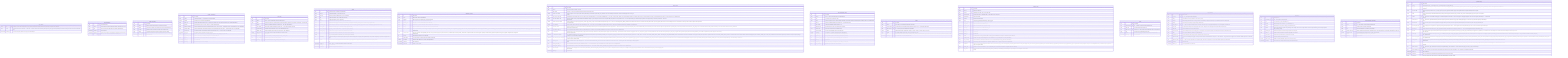
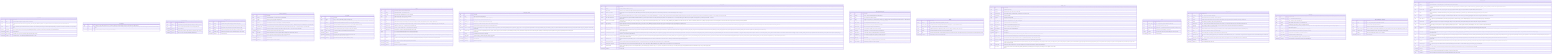
%% Generated by scripts/generate_er.py — do not edit by hand (make er)
erDiagram
+ 
+     API_TOKENS {
+         uuid id PK "Row identity"
+         string label "Human-readable description set by the operator at creation time"
+         string secret_hash "PBKDF2-SHA256 hash of the token secret (app.runtime_state.hash_token). NEVER the plaintext — the plaintext is shown once in the creation response and is unrecoverable after that."
+         string vault_id "NULL = global token (any vault this backend serves). Non-NULL = token is valid only for that vault_id, a mismatch against settings.vault_id at request time is treated as an auth failure, not a scope-filtered 403."
+         boolean read_only "True = token may only be used for read requests (GET/HEAD/OPTIONS), any other HTTP method is rejected with 403 by SynapseAuthMiddleware."
+         timestamptz created_at "Row creation time"
+         timestamptz last_used_at "Timestamp of the most recent successful request authenticated with this token"
+         timestamptz revoked_at "Soft-delete marker — set by DELETE /config/api-tokens/(id), NULL = active"
+     }

    APP_CONFIG {
        string key PK "Config key in lower-snake attribute form (e.g. pdf_extractor). Matches the settings.<key> attribute name and the API path segment. ADR-0053 §2.1."
        string value "Override value as TEXT. NOT NULL — 'a row exists ⇔ override is active'. Reset to default by deleting the row (§3.3). Typed values (bool/float) are stored as their string form and coerced at read. ADR-0053 §2.1."
        timestamptz updated_at "Last write time (audit). Refreshed on every upsert. ADR-0053 §2.1."
    }

    CONVERSATIONS {
        uuid id PK "Conversation identity"
        string vault_id "Logical vault scope (matches pages/edges pattern), from VAULT_ID env var"
        string title "User-set or first-prompt-derived title, NULL until set (ADR-0019 §2.5)"
        timestamptz created_at "Row creation time"
        timestamptz updated_at "Bumped on each chat turn, drives last-active-conversation restore (AC-F6-1)"
        timestamptz deleted_at "NULL = live, set = soft-deleted (ADR-0005 / ADR-0019 §2.5)"
    }

    IMAGE_CAPTIONS {
        uuid id PK "Row identity"
        string vault_id "Vault this cached caption belongs to (per-vault cache scoping)"
        string sha256 "Lowercase hex sha256 of the image file's raw bytes (content-addressed key)"
        string file_path "Relative raw source path last seen for this content (audit, may drift)"
        string caption "Provider-generated caption used as the image's extracted text (R8-2)"
        string provider_type "Backend that produced the caption: local|api|cli (audit only, never routing)"
        timestamptz created_at "Row creation time"
    }

    IMPORT_SCHEDULES {
        uuid id PK "Row identity"
        string vault_id "Logical vault identifier — one schedule row per vault (UNIQUE)"
        boolean enabled "Scheduler is a no-op while false (ADR-0020 §4.1)"
        string source_dir "Container-visible absolute path to scan (e.g. /import). NULL until set by the user. Must be mounted into the container (ADR-0020 §7)."
        string frequency "Scan interval enum: '15m' | '1h' | '6h' | 'daily' (I7 — bounded, ADR-0020 §4.1)"
        string allowed_extensions "Comma-separated file extensions the scheduled scan imports (e.g. '.pdf,.csv'). NULL → default wider set (text + all extractable). P3-c (v1.5, ADR-0068)."
        string excluded_folders "Comma-separated folder names skipped during the scan (matched against path parts). NULL → nothing excluded. P3-c (v1.5, ADR-0068)."
        int max_size_mb "Max file size in MB the scan will import, larger files are skipped (I7). NULL → no size cap. P3-c (v1.5, ADR-0068)."
        timestamptz last_run_at "Timestamp of the last completed scan, NULL if never run"
        string last_status "Outcome of the last scan: 'ok' | 'error' | 'running' | 'skipped_disabled' | 'dir_missing' | NULL (never run)"
        int last_imported_count "Number of files copied (new/changed) during the last scan (ADR-0020 §4.3)"
        string last_error "Human-readable error from the last failed scan, NULL on success"
        timestamptz created_at "Row creation time"
        timestamptz updated_at "Updated on every PUT or scan completion"
    }

    LINT_RUNS {
        uuid id PK "Run identity"
        string vault_id "Scope — string, no vaults table (AQ-v0.5-6, ADR-0037 §3.1)"
        string status "running | completed | error. Defaults 'running', terminal write always in finally (never left 'running' on fall-through — ADR-0037 §4)."
        int max_iter "Iteration cap FROZEN at INSERT from POST body → LINT_MAX_ITER default (I7)"
        int token_budget "Token budget FROZEN at INSERT from POST body → LINT_TOKEN_BUDGET default (I7)"
        int iterations_used "Semantic rounds consumed (0..max_iter), 0 for deterministic-only scans"
        int findings_count "Number of findings emitted by this scan (capped at LINT_MAX_FINDINGS)"
        decimal total_cost_usd "I7 cost ledger, 0.0000 for local/cli (ADR-0009), $1 anomaly threshold"
        timestamptz started_at "Run start time"
        timestamptz completed_at "NULL while running, set in finally block (mirrors deep_research_runs)"
        string error_message "Populated only on status='error', NULL otherwise"
        timestamptz created_at "Row creation time (mirrors deep_research_runs/review_items)"
    }

    PAGES {
        uuid id PK "Page identity, also the Qdrant point id (ADR-0002)"
        string vault_id "Logical vault identifier — from VAULT_ID env var"
        string file_path "Relative path under vault/raw/sources/, join key to filesystem"
        string title "YAML frontmatter 'title', NULL if absent (K6, AC-K6-2/3)"
        string type "YAML frontmatter 'type', NULL if absent (K6)"
        jsonb sources "YAML frontmatter 'sources[]' as JSONB array, NULL if absent (K6)"
        jsonb tags "YAML frontmatter 'tags[]' as JSONB array, NULL if absent (K6 navigation, nashsu/llm_wiki parity). Mirrors 'sources' storage. Migration 0018."
        string generation_key "Stable identity for corpus-derived comparison/synthesis pages, mirrored as synapse_generation_key in YAML. NULL for ordinary/legacy pages (ADR-0074, 0031)."
        string content_hash "sha256 hex of raw file bytes — authoritative change signal (ADR-0001)"
        int source_mtime_ns "st_mtime_ns at last confirmed index — cheap fast-path gate (ADR-0001)"
        uuid qdrant_point_id "Qdrant point id == pages.id, explicit to allow deliberate divergence later"
        double x "FR x-coordinate (DOUBLE PRECISION), NULL until first layout (ADR-0013)"
        double y "FR y-coordinate (DOUBLE PRECISION), NULL until first layout (ADR-0013)"
        int community "Louvain community id, re-numbered by size (largest=0). NULL until first GraphEngine.recompute() after migration 0020 (G-P0-2). Persisted alongside x/y, exposed in GET /graph nodes (I2)."
        boolean pinned "True when the user manually positioned this node via PATCH /pages/(id)/position. Engine preserves pinned coords across FR recomputes (Feature A)."
        timestamptz deleted_at "NULL = live, set = soft-deleted (ADR-0005), Qdrant point hard-deleted"
        timestamptz created_at "Row creation time"
        timestamptz updated_at "Updated on every upsert (AC-WATCH-3)"
    }

    PROVIDER_CONFIG {
        uuid id PK "Row identity"
        string scope "global | vault | operation (ADR-0008 §2)"
        string operation "ingest | chat | lint, NULL unless scope='operation' (AQ-v0.2-5)"
        string vault_id "NULL at global scope, required at vault/operation scope"
        string provider_type "local | api | cli — selects the InferenceProvider backend (I6)"
        string model_id "Model name (e.g. claude-sonnet-4-6), value lives ONLY in DB rows (AC-F17-8)"
        string base_url "OpenAI-compatible endpoint for ApiProvider, NULL for Anthropic/local default"
        largebinary api_key_encrypted "W1 (F17, §12 amendment). Fernet-encrypted UI-supplied provider API key (master key from SYNAPSE_SECRET_KEY env, app/secrets_crypto.py). NULL = no UI key, the provider layer falls back to env-var keys (ANTHROPIC_API_KEY / OPENAI_API_KEY). The plaintext is NEVER stored and NEVER returned by any endpoint (GET exposes only api_key_configured + a masked hint). Migration 0026."
        string reasoning_effort "W1 (F17). Per-provider reasoning/thinking effort: auto | off | low | medium | high | max | custom. NULL/auto = provider default (no reasoning override). Threaded into the ApiProvider where the backend supports it (Anthropic extended thinking / OpenAI-compatible reasoning_effort), degrade-safe/ignored when unsupported. Migration 0026."
        int max_iter "Orchestrated-loop iteration cap (I7, ADR-0009)"
        int token_budget "Loop token budget (I7), 60000 orchestrated / 100000 cli (ADR-0009)"
        boolean is_fallback "Marks the single fallback row for a scope (ADR-0009 §fallback)"
        timestamptz created_at "Row creation time"
        timestamptz updated_at "Updated on every change"
    }

    VAULT_STATE {
        uuid id PK "Row identity"
        string vault_id "One row per vault, from VAULT_ID env var"
        int data_version "Monotonic, +1 per successful upsert ingest (AC-F16dv-2/4), FA2 debounce signal"
        boolean remote_mcp_enabled "Runtime toggle for the remote (HTTP) MCP surface (ADR-0032 §2.1). Default OFF, requires MCP_AUTH_TOKEN to be set before enabling. Persisted here, read into RemoteMcpFlag cache in main.py at startup."
        string mcp_access_token_hash "Salted PBKDF2-HMAC-SHA256 hash of the UI-set MCP access token (ADR-0033 §2.1). Format: pbkdf2_sha256$<iters>$<salt_b64>$<hash_b64>. NULL = no UI token, env MCP_AUTH_TOKEN is the bootstrap fallback. NEVER stores plaintext. Token shown once at generation time (one-time reveal). DB-hash takes precedence over env bootstrap when set. Migration 0012."
        boolean mcp_allow_without_token "When ON: PRIVATE sources (loopback/CGNAT/RFC1918/link-local/ULA) may reach /mcp/server without a bearer token (ADR-0033 §2.3). PUBLIC sources (Cloudflare tunnel — CF-Connecting-IP/CF-Ray) are NEVER exempted regardless of this flag (fail-safe by construction). Default false — fail-closed. Migration 0012."
        boolean remote_mcp_write_enabled "Runtime toggle for write tools (write_page, resolve_review, trigger_source_rescan) on the HTTP MCP surface (ADR-0072 §1). NULL = not set in DB, env MCP_REMOTE_WRITE_ENABLED is the fallback. When NOT NULL, DB value is authoritative (DB-wins-else-env). Always-register-guard model: write tools are always listed on the HTTP surface but each body checks the effective flag at call time (ADR-0072 §3). Migration 0030."
        boolean clip_enabled_db "Runtime enabled-gate for POST /clip ingress (ADR-0040 §3). NULL = not set in DB, env CLIP_ENABLED is the fallback. When NOT NULL, DB value is authoritative (overrides CLIP_ENABLED env). Migration 0015."
        string clip_access_token "PBKDF2-SHA256 hash of the bearer token for POST /clip (ADR-0040 §2.2 amendment). NOTE: the original migration 0015 comment says 'plaintext' — that is stale. The write path (PUT /clip/config rotate_token) stores the PBKDF2 hash (never the raw token). The raw token is shown exactly once at generation time in generated_token (never stored). Verification uses constant-time _verify_token(). NULL = no DB token, fall back to CLIP_TOKEN env bootstrap or none. When set, DB value wins over CLIP_TOKEN env. NEVER logged. Migration 0015."
        string clip_allowed_origins_db "Comma-separated Origin allowlist for POST /clip (ADR-0040 §3). NULL = fall back to CLIP_ALLOWED_ORIGINS env var. When set, DB value wins over env. Migration 0015."
        string cli_oauth_token "DEPRECATED write path (W7 migration 0027). Legacy plaintext CLI subscription OAuth token column (ADR-0043 §2.1 original). Kept for rollback safety — migration 0027 nulls this column after encrypting the value into cli_oauth_token_encrypted. The read path falls back to this column with a security warning if cli_oauth_token_encrypted is NULL (operator migration path when SYNAPSE_SECRET_KEY was absent at migration time). Will be dropped in a future cleanup migration. Migration 0017."
        largebinary cli_oauth_token_encrypted "W7 (ADR-0043 amendment). Fernet-encrypted CLI subscription OAuth token (master key from SYNAPSE_SECRET_KEY env, app/secrets_crypto.py). Produced on the host by 'claude setup-token' (prefix: sk-ant- + oat01-). NULL = no UI token, env 'CLAUDE_CODE_OAUTH_TOKEN' / 'CLAUDE_CODE_USE_SUBSCRIPTION' govern. When NOT NULL the DB value is authoritative: it is decrypted at startup and injected into the spawned 'claude' CLI env as CLAUDE_CODE_OAUTH_TOKEN. Fernet AES-128-CBC + HMAC-SHA256. Plaintext NEVER stored/logged. Requires SYNAPSE_SECRET_KEY to store (PUT /provider/cli-auth returns 400 when key absent). Fail-closed on tampered ciphertext (decrypt returns None, cache loads None). Migration 0027."
        largebinary web_search_api_keys_encrypted "P3-e (ADR-0071). Fernet-encrypted JSON map (provider: api_key) for the opt-in cloud web-search providers (tavily/serpapi/firecrawl/brave). Master key from SYNAPSE_SECRET_KEY env (app/secrets_crypto.py). NULL = no UI keys, env '(PROVIDER)_API_KEY' govern. When a provider's key is present here the DB value wins over env. Plaintext NEVER stored/logged/returned (GET exposes only a masked posture). Requires SYNAPSE_SECRET_KEY to store (PUT /web-search/provider-keys → 400 when absent). Fail-closed on tampered ciphertext. Migration 0029."
        string searxng_url_db "Runtime SearXNG base URL (ADR-0041 §3). NULL = not set in DB, fall back to SEARXNG_URL env var. When set, DB value wins over env. NOT a secret — returned by GET /web-search/config (no masking). Migration 0016."
        string searxng_categories_db "Comma-separated SearXNG categories (ADR-0041 §3). NULL = not set in DB, fall back to env / code defaults. When set, DB value wins over env. Migration 0016."
        int searxng_max_queries_db "Max SearXNG queries per deep-research iteration (ADR-0041 §3). NULL = not set in DB, fall back to DEEP_RESEARCH_MAX_QUERIES env. When set, DB value wins over env. Migration 0016."
        string output_language "Mandatory AI output language chosen at vault creation (ADR-0081, llm_wiki create-dialog parity). ISO-639-1 code (e.g. 'en', 'it'). NULL = auto (detect from source content, pre-1.7.0 vaults). Read by ingest prompts (MANDATORY OUTPUT LANGUAGE directive) and by the writer language guard. Migration 0032."
        timestamptz updated_at "Last bump time"
    }

    DEEP_RESEARCH_RUNS {
        uuid id PK "Run identity"
        string vault_id "Scope — string, no vaults table (AQ-v0.5-6, ADR-0024 §7.1)"
        string topic "The research topic provided by the caller"
        string status "running | converged | max_iter_reached | budget_exhausted | error. Defaults 'running', terminal write always in finally (Do-NOT no.7, ADR-0024 §3.2)"
        int max_iter "Iteration cap FROZEN at INSERT from POST body → env default (AQ-v0.5-4)"
        int token_budget "Token budget FROZEN at INSERT (AQ-v0.5-4, I7)"
        int iterations_used "Rounds consumed (1..max_iter), 0 until first round completes"
        jsonb queries_used "Array of every query issued, per round (AC-F10-4c)"
        int sources_fetched "Count of fetched candidate sources across all iterations"
        boolean converged "True iff status == 'converged' (audit convenience, ADR-0024 §7.1)"
        decimal total_cost_usd "I7 cost ledger, 0.0000 for local/cli (ADR-0009), $1 anomaly threshold"
        string synthesis_text "The synthesized markdown, NULL until step 5 completes (AC-F10-4c)"
        uuid synthesis_page_id FK "FK → pages.id created by the re-entrant ingest_file, NULL until done"
        timestamptz started_at "Run start time"
        timestamptz completed_at "NULL while running, set in finally block (mirrors ingest_runs alias rule)"
        string error_message "Populated only on status='error', NULL otherwise"
    }

    EDGES {
        uuid id PK "Row identity"
        string vault_id "Scope edges per vault (matches pages/vault_state pattern)"
        uuid source_page_id FK "Unordered pair stored canonically (smaller UUID first by string sort). FK → pages.id (ADR-0012 / AQ-5)"
        uuid target_page_id FK "FK → pages.id, target of the undirected pair (ADR-0012)"
        double weight "Additive 4-signal weight > 0 (ADR-0012): 3·direct + 4·source_overlap + 1.5·adamic_adar + 1·same_type"
        jsonb signals "Per-signal breakdown ('direct','source','aa','type') for audit (AC-F4-1(e))"
        string kind "Structural edge discriminator: 'link' (direct wikilink present) | 'source' (shared provenance only). ADR-0016 §4. NULL for rows written before migration 0004 (treated as link)."
        timestamptz created_at "Row creation time (set on each recompute batch)"
    }

    INGEST_RUNS {
        uuid id PK "Row identity"
        string vault_id "Vault this run belongs to"
        uuid page_id FK "Originating source page, NULL on a pre-write failure"
        string provider_name "Provider class name (e.g. OllamaProvider) — AUDIT ONLY, never routed on (I6)"
        string provider_type "local | api | cli (audit)"
        string model_id "Resolved model used (audit)"
        string route "orchestrated | delegated (capability-aware routing outcome)"
        int max_iter_used "Iterations actually consumed (1..max_iter), 0 for delegated"
        int total_tokens "input+output tokens across all iterations (I7)"
        decimal total_cost_usd "0.0000 for local/cli (ADR-0009), logged per run (I7)"
        boolean converged "True if a valid batch was produced within max_iter"
        boolean cost_anomaly "True if total_cost_usd > 1.00 (ADR-0009 §3)"
        timestamptz started_at "Run start time"
        timestamptz finished_at "Run finish time"
        string status "Run lifecycle state: running | completed | failed | converged_false. Backfilled from converged for historical rows (ADR-0018 §7)."
        int pages_created "Number of wiki pages persisted during this run. 0 for historical rows, set by orchestrator on new runs (ADR-0018 §7)."
        string error_message "Human-readable error description for failed runs, NULL for completed/running/converged_false rows (ADR-0018 §7)."
        jsonb page_type_counts "Per-PageType pages created by this run for generation diagnostics, NULL for legacy rows (ADR-0073, migration 0031)."
        jsonb diagnostics "Ingest-loop non-convergence diagnostics surfaced to the UI (1.9.1 W5, NC-1): (stop_reason: 'converged'|'max_iter'|'token_budget', iterations: int, last_errors: list[str], tokens_used: int, token_budget: int). Populated by the orchestrated JSON loop (app.ingest.loop) and the block loop (app.ingest.block_loop) on every terminal outcome (converged or not), NULL for the delegated/CLI route (no bounded loop to report) and for legacy rows (migration 0035)."
        string source_path "Relative raw source path (raw/sources/…) the run is ingesting. NULL for historical rows written before migration 0021 (ADR-0046 §1)."
        int retry_count "Times this source has been retried. Enforces MAX_INGEST_RETRIES=3 (I7, ADR-0046 §5). Incremented by the queue manager on each re-dispatch, 0 for the initial attempt."
    }

    LINKS {
        uuid id PK "Row identity"
        uuid source_page_id FK "FK → pages.id, the page that contains the wikilink (K5)"
        string target_title "The [[Target]] title string as written (K5)"
        uuid target_page_id FK "Resolved FK → pages.id, NULL while the target page does not exist (K5, v0.3)"
        string alias "The |alias part of [[Target|alias]], if present (K5)"
        boolean dangling "True when target_page_id is unresolved (AC-K5-5), warn-not-error path"
        timestamptz created_at "Row creation time"
    }

    LINT_FINDINGS {
        uuid id PK "Finding identity"
        uuid lint_run_id FK "FK → lint_runs.id (ON DELETE CASCADE)"
        string vault_id "Denormalised vault scope (matches the run's vault, AQ-v0.5-6)"
        string category "Finding category (ADR-0037 §3.1 enum-by-convention, no DB CHECK): orphan-page | missing-xref | contradiction | stale-claim | missing-page."
        string severity "info | warning | error (advisory, display ordering). ADR-0037 §3.1."
        uuid target_page_id FK "FK → pages.id, the page the finding is about. NULL when none applies (e.g. a missing-page finding about a not-yet-existing title). ADR-0037 §3.1."
        string target_title "The page title the finding concerns (missing-page: title to create, missing-xref: the existing page that should be linked). ADR-0037 §3.1."
        string description "Human-readable 'what is wrong' (ADR-0037 §3.1)."
        string proposed_action "Human-readable description of the fix apply_lint_fix would attempt. NULL for flag-only findings (contradiction/stale-claim/orphan). ADR-0037 §3.1/§5."
        string status "open | applied | dismissed. Defaults 'open' (ADR-0037 §3.1)."
        string resolution_note "How the finding was resolved (apply outcome / dismiss reason). NULL while open."
        string suggested_target "Title of the best matching existing page found by the tolerant resolver at broken-wikilink scan time (exact → case-insensitive → slug). NULL when no suggestion or for non-broken-wikilink categories. L2 / ADR-0037 B1."
        uuid suggested_page_id FK "FK → pages.id, the live page whose title is 'suggested_target'. NULL when no suggestion or for non-broken-wikilink categories. L2 / ADR-0037 B1."
        timestamptz created_at "Row creation time"
        timestamptz reviewed_at "Set on apply/dismiss, NULL while open."
    }

    MESSAGES {
        uuid id PK "Message identity"
        uuid conversation_id FK "FK → conversations.id (ADR-0019 §2.5)"
        string role "'user' | 'assistant' | 'system' (ADR-0019 §2.5)"
        string content "RAW message content, incl. literal <think>…</think> un-mutated (AC-F7-2)"
        jsonb citations "RESERVED for M5 [n] citations, always [] in M4 (ADR-0019 §2.3)"
        jsonb images "B2-C1 image attachments: [(mime, data_base64)] for user messages. NULL when no images attached. Stored so regenerate/history preserves images. Migration: 0024_messages_images."
        string provider_type "Backend that produced an assistant msg (audit), NULL for user/system"
        string model_id "Resolved model that produced an assistant msg (audit), NULL otherwise"
        int input_tokens "Prompt tokens for an assistant turn (I7 persistent cost record)"
        int output_tokens "Completion tokens for an assistant turn (I7)"
        decimal total_cost_usd "0.0000 for local/cli (ADR-0009), logged + returned in done event (I7)"
        timestamptz created_at "Row creation time, messages ordered created_at ASC (ADR-0019 §2.5)"
    }

    DEEP_RESEARCH_SOURCES {
        uuid id PK "Row identity"
        uuid run_id FK "FK → deep_research_runs.id (ON DELETE CASCADE)"
        string url "The fetched source URL (from SearXNG hit)"
        string title "Hit title from SearXNG, may be URL if no title available"
        string fetched_content_md "Extracted markdown (capped at DEEP_RESEARCH_FETCH_MAX_CHARS), NULL on fetch failure (ADR-0024 §4 / Do-NOT no.9)"
        decimal relevance_score "Optional model/heuristic relevance, NULL in Phase 2 (ADR-0024 §11)"
        int iteration "Which round produced this source (1..max_iter), audit trail"
        timestamptz created_at "Row creation time"
    }

    REVIEW_ITEMS {
        uuid id PK "Row identity"
        string vault_id "Logical vault identifier — existing String (no FK, no vaults table). AQ-v0.5-6, ADR-0034 §3.1"
        string item_type "Proposal type (ADR-0034 §3.1 enum-by-convention, no DB CHECK): missing-page | suggestion | contradiction | duplicate | confirm. Old values (new_page/update_page/deep_research_candidate) are obsolete after migration 0013 left-shifts them to skipped."
        string proposal_origin "Structured proposal provenance: rule | ai | corpus | system | lint | legacy. Application-validated, legacy is the migration/backward-compatible default (ADR-0073, migration 0031)."
        string status "Lifecycle (ADR-0034 §3.1, ADR-0044 adds dismissed): pending | created | skipped | dismissed | deep_researched | auto_resolved. Defaults 'pending'. (approved is gone, Create produces created.)"
        uuid page_id FK "FK → pages.id, the review TARGET: existing page a contradiction/duplicate conflicts with, or source-context page for missing-page/suggestion. NULL when none applies. (ADR-0034 §3.1 — re-documented column)"
        uuid source_page_id FK "FK → pages.id, the page WHOSE INGEST produced this proposal (provenance). Distinct from page_id (the conflicting/target page). Lets the UI show 'proposed while ingesting X'. ADR-0034 §3.1 ADD."
        string proposed_title "The title the LLM proposes to create (required for missing-page, advisory for others). Drives the lazy skeleton (ADR-0034 §5.2) and rule-based sweep title match (§6.2). ADR-0034 §3.1 ADD."
        string proposed_page_type "Inferred PageType for the lazy skeleton: entity|concept|source|synthesis|comparison. NULL → heuristic applied at Create time (ADR-0034 §5.2). source is never a valid Create target. ADR-0034 §3.1 ADD."
        string proposed_dir "Target wiki/ subdir derived from proposed_page_type (DISPLAY ONLY). Recomputed from the final type at Create time — never trusted blindly (ADR-0034 §5.2). ADR-0034 §3.1 ADD."
        string rationale "Short human-readable 'why this matters' (ADR-0034 §3.1 ADD). Replaces the old per-page follow-up questions (pre_generated_query is DROPPED). For suggestion: the gap/follow-up, for contradiction: the conflict description, for confirm: what needs confirming. Used as the topic hint for Deep Research."
        string content_key "16-hex FNV-1a stable digest over vault_id + item_type + normalize(proposed_title) + (target_page_title|page_id) (ADR-0044 §3.2). Makes the queue idempotent across re-ingest: the same logical proposal keeps its content_key and therefore its status. NULL for 'confirm' items (never deduped — every confirmation is a distinct human ask) and legacy rows. Migration 0019."
        jsonb referenced_page_ids "JSON array of page-id STRINGS: the existing pages this proposal is contextually about (plural context set, ADR-0044 §2/§3.1). Bounded (≤ REVIEW_REFERENCED_PAGES_MAX, default 8). Distinct from page_id (single primary conflict) and source_page_id (provenance). Deliberately a JSON array, NOT a junction/FK — stale ids are filtered at render (ADR-0044 §9.2). NULL/[] when none. Migration 0019."
        jsonb search_queries "JSON array of ≤3 pre-generated web-search-query strings (ADR-0044 §2.3), produced by the SAME single proposal call (no extra provider call). Deep Research seeds its topic from search_queries[0], the UI shows them on the card. NULL when none. Migration 0019."
        string resolution "How the item closed (ADR-0034 §3.1 ADD, ADR-0044 adds dismissed): created | skipped | dismissed | researched | rule_resolved | llm_resolved. NULL while pending. Complements status (status records *what* happened, resolution records *how* it was resolved)."
        uuid created_page_id FK "FK → pages.id, the page a successful Create action produced (ADR-0034 §5). NULL while status != 'created'. Distinct from page_id and source_page_id. ADR-0034 §3.1 ADD."
        uuid deep_research_run_id FK "FK → deep_research_runs.id, set when the Deep-Research action fires (AC-F10-5). NULL while status != 'deep_researched'. Unchanged from ADR-0025."
        timestamptz created_at "Row creation time"
        timestamptz reviewed_at "Set on any terminal action (Create/Skip/Deep-Research/auto-resolve), NULL while pending."
        string reviewed_by "'web-ui' for human actions, 'auto-sweep' for the sweep (ADR-0034 §6.2/§6.3). NULL while pending."
    }
